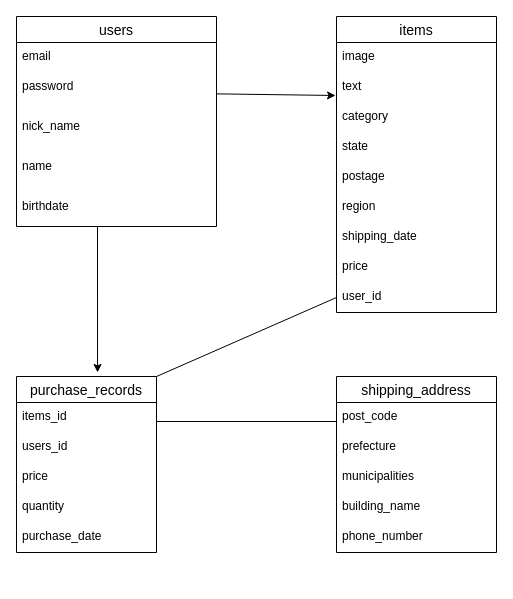
hiroki0602/furima-37865 keeps this draw.io diagram as furima.dio. Above is the earlier version. Source tidied: cells renumbered, new cells numbered last; positions are measured from the earlier drawing's top-left corner, leaving out a move shared by most shapes. Both pictures are drawn from the tidied source at 100%, with x=0, y=0 at pixel (16, 16).
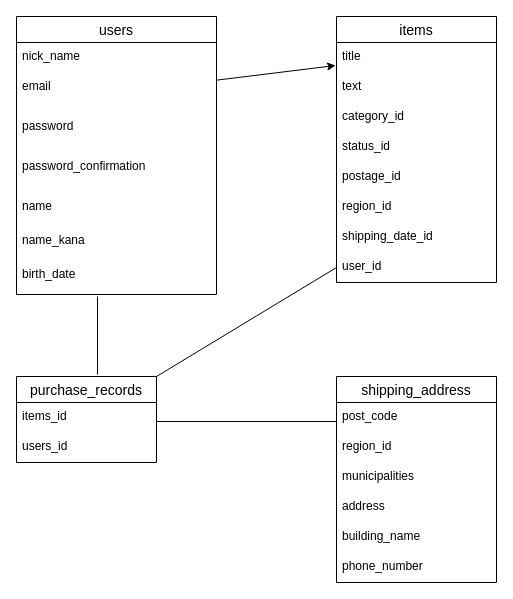
The same diagram, later.

Commit message (it also covers changes not shown here):
レビュー修正2回目

Diff of the diagram source:
```diff
@@
     <mxCell id="2" value="users" style="swimlane;fontStyle=0;horizontal=1;startSize=26;align=center;fontSize=14;" parent="1" vertex="1">
-      <mxGeometry width="200" height="210" as="geometry" />
+      <mxGeometry width="200" height="278" as="geometry" />
     </mxCell>
-    <mxCell id="3" value="email" style="text;strokeColor=none;fillColor=none;spacingLeft=4;spacingRight=4;overflow=hidden;fontSize=12;" parent="2" vertex="1">
+    <mxCell id="3" value="nick_name" style="text;strokeColor=none;fillColor=none;spacingLeft=4;spacingRight=4;overflow=hidden;fontSize=12;" parent="2" vertex="1">
       <mxGeometry y="26" width="200" height="30" as="geometry" />
     </mxCell>
-    <mxCell id="4" value="password" style="text;strokeColor=none;fillColor=none;spacingLeft=4;spacingRight=4;overflow=hidden;points=[[0,0.5],[1,0.5]];portConstraint=eastwest;fontSize=12;" parent="2" vertex="1">
+    <mxCell id="4" value="email" style="text;strokeColor=none;fillColor=none;spacingLeft=4;spacingRight=4;overflow=hidden;points=[[0,0.5],[1,0.5]];portConstraint=eastwest;fontSize=12;" parent="2" vertex="1">
       <mxGeometry y="56" width="200" height="40" as="geometry" />
     </mxCell>
-    <mxCell id="5" value="nick_name" style="text;strokeColor=none;fillColor=none;spacingLeft=4;spacingRight=4;overflow=hidden;fontSize=12;" parent="2" vertex="1">
+    <mxCell id="5" value="password" style="text;strokeColor=none;fillColor=none;spacingLeft=4;spacingRight=4;overflow=hidden;fontSize=12;" parent="2" vertex="1">
       <mxGeometry y="96" width="200" height="40" as="geometry" />
     </mxCell>
-    <mxCell id="6" value="name" style="text;strokeColor=none;fillColor=none;spacingLeft=4;spacingRight=4;overflow=hidden;fontSize=12;" parent="2" vertex="1">
+    <mxCell id="6" value="password_confirmation" style="text;strokeColor=none;fillColor=none;spacingLeft=4;spacingRight=4;overflow=hidden;fontSize=12;" parent="2" vertex="1">
       <mxGeometry y="136" width="200" height="40" as="geometry" />
     </mxCell>
-    <mxCell id="7" value="birthdate" style="text;strokeColor=none;fillColor=none;spacingLeft=4;spacingRight=4;overflow=hidden;points=[[0,0.5],[1,0.5]];portConstraint=eastwest;fontSize=12;" parent="2" vertex="1">
+    <mxCell id="7" value="name" style="text;strokeColor=none;fillColor=none;spacingLeft=4;spacingRight=4;overflow=hidden;points=[[0,0.5],[1,0.5]];portConstraint=eastwest;fontSize=12;" parent="2" vertex="1">
       <mxGeometry y="176" width="200" height="34" as="geometry" />
     </mxCell>
+    <mxCell id="34" value="name_kana" style="text;strokeColor=none;fillColor=none;spacingLeft=4;spacingRight=4;overflow=hidden;fontSize=12;" parent="2" vertex="1">
+      <mxGeometry y="210" width="200" height="34" as="geometry" />
+    </mxCell>
+    <mxCell id="35" value="birth_date" style="text;strokeColor=none;fillColor=none;spacingLeft=4;spacingRight=4;overflow=hidden;fontSize=12;" parent="2" vertex="1">
+      <mxGeometry y="244" width="200" height="34" as="geometry" />
+    </mxCell>
     <mxCell id="8" value="items" style="swimlane;fontStyle=0;horizontal=1;startSize=26;align=center;fontSize=14;" parent="1" vertex="1">
-      <mxGeometry x="320" width="160" height="296" as="geometry" />
+      <mxGeometry x="320" width="160" height="266" as="geometry" />
     </mxCell>
-    <mxCell id="9" value="image" style="text;strokeColor=none;fillColor=none;spacingLeft=4;spacingRight=4;overflow=hidden;fontSize=12;" parent="8" vertex="1">
-      <mxGeometry y="26" width="160" height="30" as="geometry" />
-    </mxCell>
-    <mxCell id="10" value="text" style="text;strokeColor=none;fillColor=none;spacingLeft=4;spacingRight=4;overflow=hidden;points=[[0,0.5],[1,0.5]];portConstraint=eastwest;fontSize=12;" parent="8" vertex="1">
-      <mxGeometry y="56" width="160" height="30" as="geometry" />
+    <mxCell id="10" value="title" style="text;strokeColor=none;fillColor=none;spacingLeft=4;spacingRight=4;overflow=hidden;points=[[0,0.5],[1,0.5]];portConstraint=eastwest;fontSize=12;" parent="8" vertex="1">
+      <mxGeometry y="26" width="160" height="30" as="geometry" />
     </mxCell>
+    <mxCell id="36" value="text" style="text;strokeColor=none;fillColor=none;spacingLeft=4;spacingRight=4;overflow=hidden;fontSize=12;" parent="8" vertex="1">
+      <mxGeometry y="56" width="160" height="30" as="geometry" />
+    </mxCell>
-    <mxCell id="11" value="category" style="text;strokeColor=none;fillColor=none;spacingLeft=4;spacingRight=4;overflow=hidden;fontSize=12;" parent="8" vertex="1">
+    <mxCell id="11" value="category_id" style="text;strokeColor=none;fillColor=none;spacingLeft=4;spacingRight=4;overflow=hidden;fontSize=12;" parent="8" vertex="1">
       <mxGeometry y="86" width="160" height="30" as="geometry" />
     </mxCell>
-    <mxCell id="12" value="state" style="text;strokeColor=none;fillColor=none;spacingLeft=4;spacingRight=4;overflow=hidden;fontSize=12;" parent="8" vertex="1">
+    <mxCell id="12" value="status_id" style="text;strokeColor=none;fillColor=none;spacingLeft=4;spacingRight=4;overflow=hidden;fontSize=12;" parent="8" vertex="1">
       <mxGeometry y="116" width="160" height="30" as="geometry" />
     </mxCell>
-    <mxCell id="13" value="postage" style="text;strokeColor=none;fillColor=none;spacingLeft=4;spacingRight=4;overflow=hidden;fontSize=12;" parent="8" vertex="1">
+    <mxCell id="13" value="postage_id" style="text;strokeColor=none;fillColor=none;spacingLeft=4;spacingRight=4;overflow=hidden;fontSize=12;" parent="8" vertex="1">
       <mxGeometry y="146" width="160" height="30" as="geometry" />
     </mxCell>
-    <mxCell id="14" value="region" style="text;strokeColor=none;fillColor=none;spacingLeft=4;spacingRight=4;overflow=hidden;fontSize=12;" parent="8" vertex="1">
+    <mxCell id="14" value="region_id" style="text;strokeColor=none;fillColor=none;spacingLeft=4;spacingRight=4;overflow=hidden;fontSize=12;" parent="8" vertex="1">
       <mxGeometry y="176" width="160" height="30" as="geometry" />
     </mxCell>
-    <mxCell id="15" value="shipping_date" style="text;strokeColor=none;fillColor=none;spacingLeft=4;spacingRight=4;overflow=hidden;fontSize=12;" parent="8" vertex="1">
+    <mxCell id="15" value="shipping_date_id" style="text;strokeColor=none;fillColor=none;spacingLeft=4;spacingRight=4;overflow=hidden;fontSize=12;" parent="8" vertex="1">
       <mxGeometry y="206" width="160" height="30" as="geometry" />
     </mxCell>
-    <mxCell id="16" value="price" style="text;strokeColor=none;fillColor=none;spacingLeft=4;spacingRight=4;overflow=hidden;fontSize=12;" parent="8" vertex="1">
-      <mxGeometry y="236" width="160" height="30" as="geometry" />
-    </mxCell>
-    <mxCell id="17" value="user_id&#10;" style="text;strokeColor=none;fillColor=none;spacingLeft=4;spacingRight=4;overflow=hidden;points=[[0,0.5],[1,0.5]];portConstraint=eastwest;fontSize=12;" parent="8" vertex="1">
-      <mxGeometry y="266" width="160" height="30" as="geometry" />
+    <mxCell id="17" value="user_id" style="text;strokeColor=none;fillColor=none;spacingLeft=4;spacingRight=4;overflow=hidden;points=[[0,0.5],[1,0.5]];portConstraint=eastwest;fontSize=12;" parent="8" vertex="1">
+      <mxGeometry y="236" width="160" height="30" as="geometry" />
     </mxCell>
     <mxCell id="18" value="purchase_records" style="swimlane;fontStyle=0;horizontal=1;startSize=26;align=center;fontSize=14;" parent="1" vertex="1">
-      <mxGeometry y="360" width="140" height="176" as="geometry" />
+      <mxGeometry y="360" width="140" height="86" as="geometry" />
     </mxCell>
@@
-    <mxCell id="21" value="price" style="text;strokeColor=none;fillColor=none;spacingLeft=4;spacingRight=4;overflow=hidden;fontSize=12;" parent="18" vertex="1">
-      <mxGeometry y="86" width="140" height="30" as="geometry" />
-    </mxCell>
-    <mxCell id="22" value="quantity" style="text;strokeColor=none;fillColor=none;spacingLeft=4;spacingRight=4;overflow=hidden;fontSize=12;" parent="18" vertex="1">
-      <mxGeometry y="116" width="140" height="30" as="geometry" />
-    </mxCell>
-    <mxCell id="23" value="purchase_date" style="text;strokeColor=none;fillColor=none;spacingLeft=4;spacingRight=4;overflow=hidden;fontSize=12;" parent="18" vertex="1">
-      <mxGeometry y="146" width="140" height="30" as="geometry" />
-    </mxCell>
     <mxCell id="24" value="shipping_address" style="swimlane;fontStyle=0;horizontal=1;startSize=26;align=center;fontSize=14;" parent="1" vertex="1">
-      <mxGeometry x="320" y="360" width="160" height="176" as="geometry" />
+      <mxGeometry x="320" y="360" width="160" height="206" as="geometry" />
     </mxCell>
@@
-    <mxCell id="26" value="prefecture" style="text;strokeColor=none;fillColor=none;spacingLeft=4;spacingRight=4;overflow=hidden;fontSize=12;" parent="24" vertex="1">
+    <mxCell id="26" value="region_id" style="text;strokeColor=none;fillColor=none;spacingLeft=4;spacingRight=4;overflow=hidden;fontSize=12;" parent="24" vertex="1">
       <mxGeometry y="56" width="160" height="30" as="geometry" />
     </mxCell>
@@
+    <mxCell id="37" value="address" style="text;strokeColor=none;fillColor=none;spacingLeft=4;spacingRight=4;overflow=hidden;fontSize=12;" parent="24" vertex="1">
+      <mxGeometry y="116" width="160" height="30" as="geometry" />
+    </mxCell>
     <mxCell id="28" value="building_name" style="text;strokeColor=none;fillColor=none;spacingLeft=4;spacingRight=4;overflow=hidden;fontSize=12;" parent="24" vertex="1">
-      <mxGeometry y="116" width="160" height="30" as="geometry" />
+      <mxGeometry y="146" width="160" height="30" as="geometry" />
     </mxCell>
     <mxCell id="29" value="phone_number" style="text;strokeColor=none;fillColor=none;spacingLeft=4;spacingRight=4;overflow=hidden;fontSize=12;" parent="24" vertex="1">
-      <mxGeometry y="146" width="160" height="30" as="geometry" />
+      <mxGeometry y="176" width="160" height="30" as="geometry" />
     </mxCell>
@@
-    <mxCell id="32" style="edgeStyle=none;html=1;exitX=0.405;exitY=1;exitDx=0;exitDy=0;entryX=0.579;entryY=-0.023;entryDx=0;entryDy=0;entryPerimeter=0;exitPerimeter=0;" parent="1" edge="1" source="7" target="18">
-      <mxGeometry relative="1" as="geometry" />
+    <mxCell id="32" style="edgeStyle=none;html=1;entryX=0.579;entryY=-0.023;entryDx=0;entryDy=0;entryPerimeter=0;endArrow=none;endFill=0;" parent="1" edge="1" target="18">
+      <mxGeometry relative="1" as="geometry">
+        <mxPoint x="81" y="280" as="sourcePoint" />
+      </mxGeometry>
     </mxCell>
```
